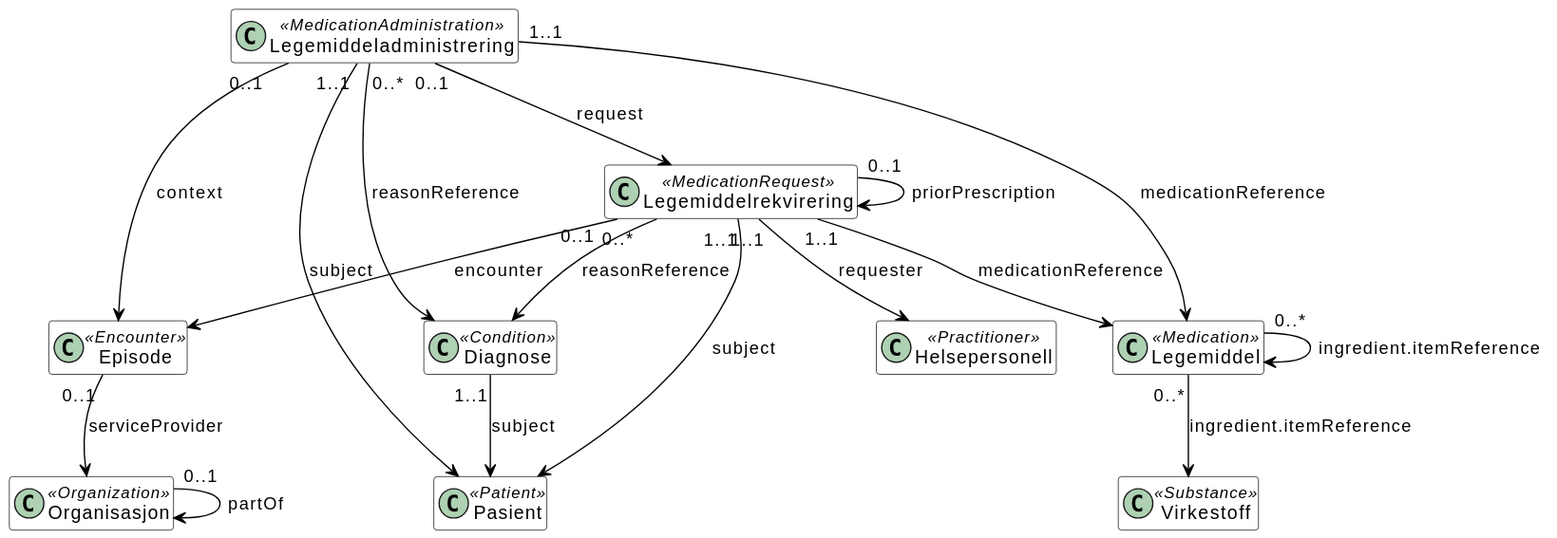
Before: informasjonsmodell-enkel.svg, a diagram exported from PlantUML (folkehelseinstituttet/LMDI). The source it was exported from:
```plantuml
@startuml
hide empty members
skinparam class {
    BackgroundColor White
    ArrowColor Black
    BorderColor Black
}

class Diagnose <<Condition>> [[StructureDefinition-lmdi-condition.html Diagnose _blank]]
class Episode <<Encounter>> [[StructureDefinition-lmdi-encounter.html Episode _blank]]
class Helsepersonell <<Practitioner>> [[StructureDefinition-lmdi-practitioner.html Helsepersonell _blank]]
class Legemiddel <<Medication>> [[StructureDefinition-lmdi-medication.html Legemiddel _blank]]
class Legemiddeladministrering <<MedicationAdministration>> [[StructureDefinition-lmdi-medicationadministration.html Legemiddeladministrering _blank]]
class Legemiddelrekvirering <<MedicationRequest>> [[StructureDefinition-lmdi-medicationrequest.html Legemiddelrekvirering _blank]]
class Organisasjon <<Organization>> [[StructureDefinition-lmdi-organization.html Organisasjon _blank]]
class Pasient <<Patient>> [[StructureDefinition-lmdi-patient.html Pasient _blank]]
class Virkestoff <<Substance>> [[StructureDefinition-lmdi-substance.html Virkestoff _blank]]

Diagnose "1..1" --> Pasient : "subject"
Episode "0..1" --> Organisasjon : "serviceProvider"
Legemiddel "0..*" --> Virkestoff : "ingredient.itemReference"
Legemiddel "0..*" --> Legemiddel : "ingredient.itemReference"
Legemiddeladministrering "1..1" --> Legemiddel : "medicationReference"
Legemiddeladministrering "1..1" --> Pasient : "subject"
Legemiddeladministrering "0..1" --> Episode : "context"
Legemiddeladministrering "0..*" --> Diagnose : "reasonReference"
Legemiddeladministrering "0..1" --> Legemiddelrekvirering : "request"
Legemiddelrekvirering "1..1" --> Legemiddel : "medicationReference"
Legemiddelrekvirering "1..1" --> Pasient : "subject"
Legemiddelrekvirering "0..1" --> Episode : "encounter"
Legemiddelrekvirering "1..1" --> Helsepersonell : "requester"
Legemiddelrekvirering "0..*" --> Diagnose : "reasonReference"
Legemiddelrekvirering "0..1" --> Legemiddelrekvirering : "priorPrescription"
Organisasjon "0..1" --> Organisasjon : "partOf"
@enduml
```
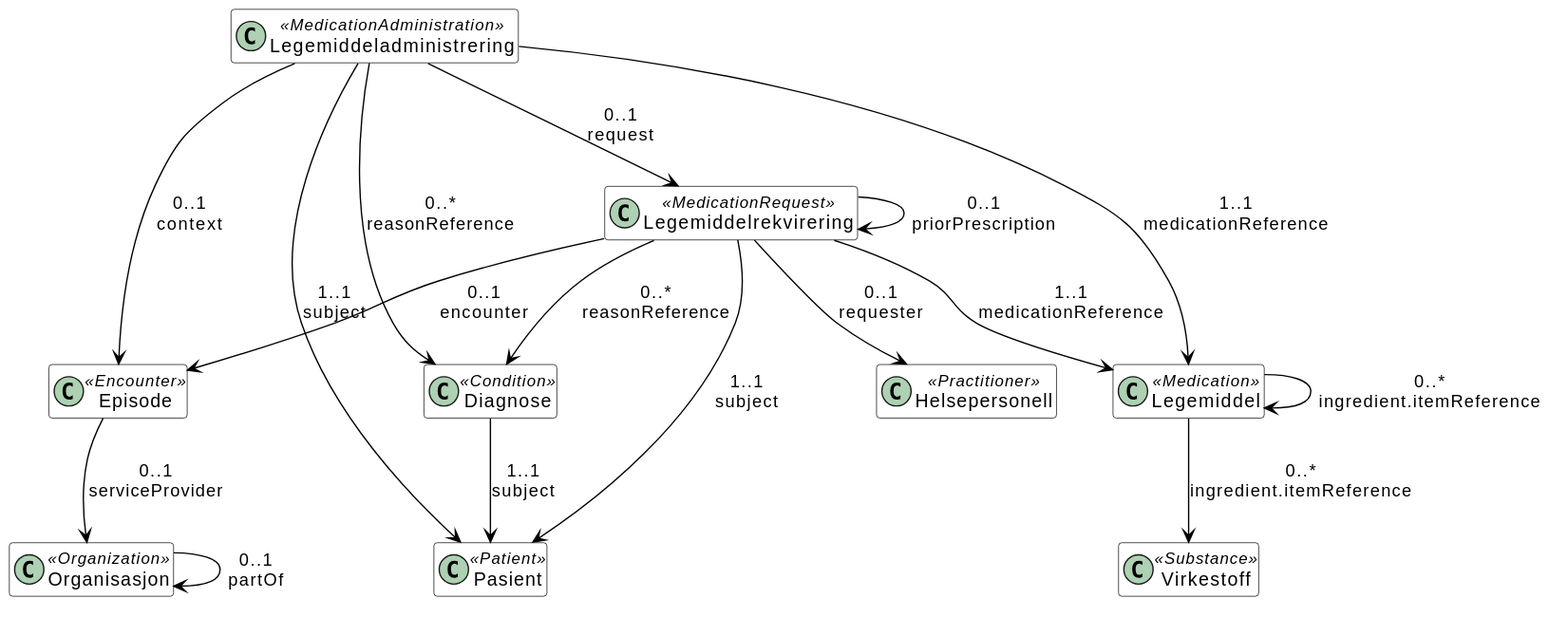
The same file after the commit.

Change to the diagram source:
```diff
@@ -16,20 +16,20 @@
 class Pasient <<Patient>> [[StructureDefinition-lmdi-patient.html Pasient _blank]]
 class Virkestoff <<Substance>> [[StructureDefinition-lmdi-substance.html Virkestoff _blank]]
 
-Diagnose "1..1" --> Pasient : "subject"
-Episode "0..1" --> Organisasjon : "serviceProvider"
-Legemiddel "0..*" --> Virkestoff : "ingredient.itemReference"
-Legemiddel "0..*" --> Legemiddel : "ingredient.itemReference"
-Legemiddeladministrering "1..1" --> Legemiddel : "medicationReference"
-Legemiddeladministrering "1..1" --> Pasient : "subject"
-Legemiddeladministrering "0..1" --> Episode : "context"
-Legemiddeladministrering "0..*" --> Diagnose : "reasonReference"
-Legemiddeladministrering "0..1" --> Legemiddelrekvirering : "request"
-Legemiddelrekvirering "1..1" --> Legemiddel : "medicationReference"
-Legemiddelrekvirering "1..1" --> Pasient : "subject"
-Legemiddelrekvirering "0..1" --> Episode : "encounter"
-Legemiddelrekvirering "1..1" --> Helsepersonell : "requester"
-Legemiddelrekvirering "0..*" --> Diagnose : "reasonReference"
-Legemiddelrekvirering "0..1" --> Legemiddelrekvirering : "priorPrescription"
-Organisasjon "0..1" --> Organisasjon : "partOf"
+Diagnose --> Pasient : "1..1\nsubject"
+Episode --> Organisasjon : "0..1\nserviceProvider"
+Legemiddel --> Virkestoff : "0..*\ningredient.itemReference"
+Legemiddel --> Legemiddel : "0..*\ningredient.itemReference"
+Legemiddeladministrering --> Legemiddel : "1..1\nmedicationReference"
+Legemiddeladministrering --> Pasient : "1..1\nsubject"
+Legemiddeladministrering --> Episode : "0..1\ncontext"
+Legemiddeladministrering --> Diagnose : "0..*\nreasonReference"
+Legemiddeladministrering --> Legemiddelrekvirering : "0..1\nrequest"
+Legemiddelrekvirering --> Legemiddel : "1..1\nmedicationReference"
+Legemiddelrekvirering --> Pasient : "1..1\nsubject"
+Legemiddelrekvirering --> Episode : "0..1\nencounter"
+Legemiddelrekvirering --> Helsepersonell : "0..1\nrequester"
+Legemiddelrekvirering --> Diagnose : "0..*\nreasonReference"
+Legemiddelrekvirering --> Legemiddelrekvirering : "0..1\npriorPrescription"
+Organisasjon --> Organisasjon : "0..1\npartOf"
 @enduml
```
